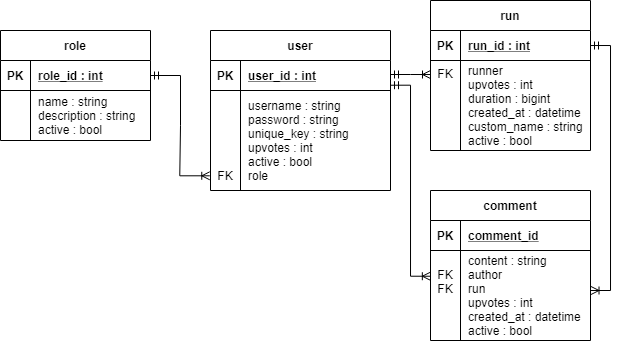
Earlier version of the draw.io export Sprint 5/Diagrams/PlatformSpeedRunnerDatabaseDiagram(v2).png (Thomas-Molen/S2CMKThomasvanderMolen). Source tidied: cells renumbered, new cells last; positions are measured from the earlier drawing's top-left corner, leaving out a move shared by most shapes. Its diagram source:
```xml
<mxGraphModel>
  <root>
    <mxCell id="0" />
    <mxCell id="1" parent="0" />
    <mxCell id="2" style="edgeStyle=entityRelationEdgeStyle;endArrow=ERoneToMany;startArrow=ERmandOne;endFill=0;startFill=0;entryX=-0.004;entryY=0.853;entryDx=0;entryDy=0;exitX=1;exitY=0.5;exitDx=0;exitDy=0;rounded=0;entryPerimeter=0;" parent="1" edge="1" source="18" target="7">
      <mxGeometry relative="1" as="geometry" />
    </mxCell>
    <mxCell id="3" value="user" style="shape=table;startSize=30;rowLines=0;fontStyle=1;align=center;" parent="1" vertex="1">
      <mxGeometry x="210" y="30" width="180" height="160" as="geometry" />
    </mxCell>
    <mxCell id="4" style="shape=partialRectangle;fillColor=none;points=[[0,0.5],[1,0.5]];portConstraint=eastwest;top=0;left=0;right=0;bottom=1;" parent="3" vertex="1">
      <mxGeometry y="30" width="180" height="30" as="geometry" />
    </mxCell>
    <mxCell id="5" value="PK" style="shape=partialRectangle;overflow=hidden;fillColor=none;top=0;left=0;bottom=0;right=0;fontStyle=1;" parent="4" vertex="1">
      <mxGeometry width="30" height="30" as="geometry" />
    </mxCell>
    <mxCell id="6" value="user_id : int" style="shape=partialRectangle;overflow=hidden;fillColor=none;top=0;left=0;bottom=0;right=0;align=left;spacingLeft=6;fontStyle=5;" parent="4" vertex="1">
      <mxGeometry x="30" width="150" height="30" as="geometry" />
    </mxCell>
    <mxCell id="7" style="shape=partialRectangle;fillColor=none;points=[[0,0.5],[1,0.5]];portConstraint=eastwest;top=0;left=0;right=0;bottom=0;" parent="3" vertex="1">
      <mxGeometry y="60" width="180" height="100" as="geometry" />
    </mxCell>
    <mxCell id="8" value="&#10;&#10;&#10;&#10;&#10;FK" style="shape=partialRectangle;overflow=hidden;fillColor=none;top=0;left=0;bottom=0;right=0;" parent="7" vertex="1">
      <mxGeometry width="30" height="100" as="geometry" />
    </mxCell>
    <mxCell id="9" value="username : string&#10;password : string&#10;unique_key : string&#10;upvotes : int&#10;active : bool&#10;role" style="shape=partialRectangle;overflow=hidden;fillColor=none;top=0;left=0;bottom=0;right=0;align=left;spacingLeft=6;" parent="7" vertex="1">
      <mxGeometry x="30" width="150" height="100" as="geometry" />
    </mxCell>
    <mxCell id="10" value="run" style="shape=table;startSize=30;rowLines=0;fontStyle=1;align=center;" parent="1" vertex="1">
      <mxGeometry x="430" width="160" height="150" as="geometry" />
    </mxCell>
    <mxCell id="11" style="shape=partialRectangle;fillColor=none;points=[[0,0.5],[1,0.5]];portConstraint=eastwest;top=0;left=0;right=0;bottom=1;" parent="10" vertex="1">
      <mxGeometry y="30" width="160" height="30" as="geometry" />
    </mxCell>
    <mxCell id="12" value="PK" style="shape=partialRectangle;overflow=hidden;fillColor=none;top=0;left=0;bottom=0;right=0;fontStyle=1;" parent="11" vertex="1">
      <mxGeometry width="30" height="30" as="geometry" />
    </mxCell>
    <mxCell id="13" value="run_id : int" style="shape=partialRectangle;overflow=hidden;fillColor=none;top=0;left=0;bottom=0;right=0;align=left;spacingLeft=6;fontStyle=5;" parent="11" vertex="1">
      <mxGeometry x="30" width="130" height="30" as="geometry" />
    </mxCell>
    <mxCell id="14" style="shape=partialRectangle;fillColor=none;points=[[0,0.5],[1,0.5]];portConstraint=eastwest;top=0;left=0;right=0;bottom=0;" parent="10" vertex="1">
      <mxGeometry y="60" width="160" height="90" as="geometry" />
    </mxCell>
    <mxCell id="15" value="FK" style="shape=partialRectangle;overflow=hidden;fillColor=none;top=0;left=0;bottom=0;right=0;verticalAlign=top;" parent="14" vertex="1">
      <mxGeometry width="30" height="90" as="geometry" />
    </mxCell>
    <mxCell id="16" value="runner&#10;upvotes : int&#10;duration : bigint&#10;created_at : datetime&#10;custom_name : string&#10;active : bool" style="shape=partialRectangle;overflow=hidden;fillColor=none;top=0;left=0;bottom=0;right=0;align=left;spacingLeft=6;" parent="14" vertex="1">
      <mxGeometry x="30" width="130" height="90" as="geometry" />
    </mxCell>
    <mxCell id="17" value="role" style="shape=table;startSize=30;rowLines=0;fontStyle=1;align=center;" parent="1" vertex="1">
      <mxGeometry y="30" width="150" height="110" as="geometry" />
    </mxCell>
    <mxCell id="18" style="shape=partialRectangle;fillColor=none;points=[[0,0.5],[1,0.5]];portConstraint=eastwest;top=0;left=0;right=0;bottom=1;" parent="17" vertex="1">
      <mxGeometry y="30" width="150" height="30" as="geometry" />
    </mxCell>
    <mxCell id="19" value="PK" style="shape=partialRectangle;overflow=hidden;fillColor=none;top=0;left=0;bottom=0;right=0;fontStyle=1;" parent="18" vertex="1">
      <mxGeometry width="30" height="30" as="geometry" />
    </mxCell>
    <mxCell id="20" value="role_id : int" style="shape=partialRectangle;overflow=hidden;fillColor=none;top=0;left=0;bottom=0;right=0;align=left;spacingLeft=6;fontStyle=5;" parent="18" vertex="1">
      <mxGeometry x="30" width="120" height="30" as="geometry" />
    </mxCell>
    <mxCell id="21" style="shape=partialRectangle;fillColor=none;top=0;left=0;right=0;bottom=0;" parent="17" vertex="1">
      <mxGeometry y="60" width="150" height="50" as="geometry" />
    </mxCell>
    <mxCell id="22" style="shape=partialRectangle;overflow=hidden;fillColor=none;top=0;left=0;bottom=0;right=0;fontStyle=1;" parent="21" vertex="1">
      <mxGeometry width="30" height="50" as="geometry" />
    </mxCell>
    <mxCell id="23" value="name : string&#10;description : string&#10;active : bool" style="shape=partialRectangle;overflow=hidden;fillColor=none;top=0;left=0;bottom=0;right=0;align=left;spacingLeft=6;" parent="21" vertex="1">
      <mxGeometry x="30" width="120" height="50" as="geometry" />
    </mxCell>
    <mxCell id="24" value="comment" style="shape=table;startSize=30;rowLines=0;fontStyle=1;align=center;" parent="1" vertex="1">
      <mxGeometry x="430" y="190" width="160" height="150" as="geometry" />
    </mxCell>
    <mxCell id="25" style="shape=partialRectangle;fillColor=none;top=0;left=0;right=0;bottom=1;" parent="24" vertex="1">
      <mxGeometry y="30" width="160" height="30" as="geometry" />
    </mxCell>
    <mxCell id="26" value="PK" style="shape=partialRectangle;overflow=hidden;fillColor=none;top=0;left=0;bottom=0;right=0;fontStyle=1;" parent="25" vertex="1">
      <mxGeometry width="30" height="30" as="geometry" />
    </mxCell>
    <mxCell id="27" value="comment_id" style="shape=partialRectangle;overflow=hidden;fillColor=none;top=0;left=0;bottom=0;right=0;align=left;spacingLeft=6;fontStyle=5;" parent="25" vertex="1">
      <mxGeometry x="30" width="130" height="30" as="geometry" />
    </mxCell>
    <mxCell id="28" style="shape=partialRectangle;fillColor=none;points=[[0,0.5],[1,0.5]];portConstraint=eastwest;top=0;left=0;right=0;bottom=0;" parent="24" vertex="1">
      <mxGeometry y="60" width="160" height="90" as="geometry" />
    </mxCell>
    <mxCell id="29" value="FK&#10;FK&#10;&#10;" style="shape=partialRectangle;overflow=hidden;fillColor=none;top=0;left=0;bottom=0;right=0;" parent="28" vertex="1">
      <mxGeometry width="30" height="90" as="geometry" />
    </mxCell>
    <mxCell id="30" value="content : string&#10;author&#10;run&#10;upvotes : int&#10;created_at : datetime&#10;active : bool" style="shape=partialRectangle;overflow=hidden;fillColor=none;top=0;left=0;bottom=0;right=0;align=left;spacingLeft=6;" parent="28" vertex="1">
      <mxGeometry x="30" width="130" height="90" as="geometry" />
    </mxCell>
    <mxCell id="31" style="edgeStyle=orthogonalEdgeStyle;rounded=0;jettySize=auto;html=1;entryX=0;entryY=0.156;entryDx=0;entryDy=0;startArrow=ERmandOne;startFill=0;endArrow=ERoneToMany;endFill=0;entryPerimeter=0;" parent="1" edge="1" source="4" target="14">
      <mxGeometry relative="1" as="geometry">
        <Array as="points">
          <mxPoint x="410" y="74" />
          <mxPoint x="410" y="74" />
        </Array>
      </mxGeometry>
    </mxCell>
    <mxCell id="32" style="edgeStyle=orthogonalEdgeStyle;rounded=0;jettySize=auto;html=1;startArrow=ERmandOne;startFill=0;endArrow=ERoneToMany;endFill=0;targetPerimeterSpacing=0;entryX=1.003;entryY=0.447;entryDx=0;entryDy=0;entryPerimeter=0;" parent="1" edge="1" source="11" target="28">
      <mxGeometry relative="1" as="geometry">
        <Array as="points">
          <mxPoint x="610" y="45" />
          <mxPoint x="610" y="290" />
          <mxPoint x="591" y="290" />
        </Array>
      </mxGeometry>
    </mxCell>
    <mxCell id="33" style="edgeStyle=orthogonalEdgeStyle;rounded=0;jettySize=auto;html=1;entryX=1;entryY=0.824;entryDx=0;entryDy=0;entryPerimeter=0;startArrow=ERoneToMany;startFill=0;endArrow=ERmandOne;endFill=0;exitX=-0.001;exitY=0.286;exitDx=0;exitDy=0;exitPerimeter=0;" parent="1" edge="1" source="28" target="4">
      <mxGeometry relative="1" as="geometry">
        <Array as="points">
          <mxPoint x="410" y="276" />
          <mxPoint x="410" y="85" />
        </Array>
      </mxGeometry>
    </mxCell>
  </root>
</mxGraphModel>
```
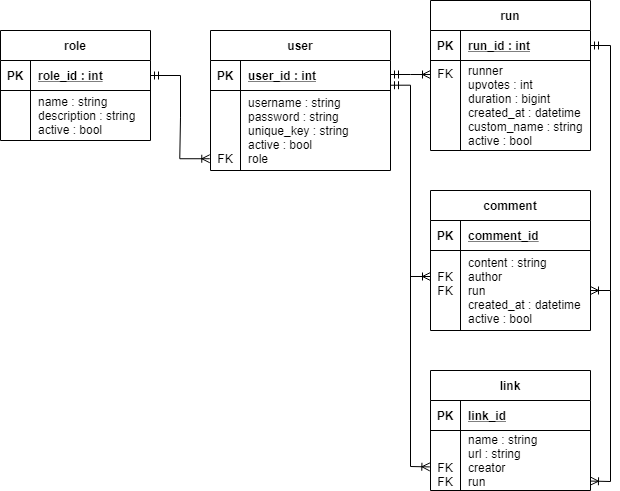
After the commit.

The edit, as a diff of the source:
```diff
@@ -6,7 +6,7 @@
       <mxGeometry relative="1" as="geometry" />
     </mxCell>
     <mxCell id="3" value="user" style="shape=table;startSize=30;rowLines=0;fontStyle=1;align=center;" parent="1" vertex="1">
-      <mxGeometry x="210" y="30" width="180" height="160" as="geometry" />
+      <mxGeometry x="210" y="30" width="180" height="140" as="geometry" />
     </mxCell>
     <mxCell id="4" style="shape=partialRectangle;fillColor=none;points=[[0,0.5],[1,0.5]];portConstraint=eastwest;top=0;left=0;right=0;bottom=1;" parent="3" vertex="1">
       <mxGeometry y="30" width="180" height="30" as="geometry" />
@@ -18,13 +18,13 @@
       <mxGeometry x="30" width="150" height="30" as="geometry" />
     </mxCell>
     <mxCell id="7" style="shape=partialRectangle;fillColor=none;points=[[0,0.5],[1,0.5]];portConstraint=eastwest;top=0;left=0;right=0;bottom=0;" parent="3" vertex="1">
-      <mxGeometry y="60" width="180" height="100" as="geometry" />
+      <mxGeometry y="60" width="180" height="80" as="geometry" />
     </mxCell>
-    <mxCell id="8" value="&#10;&#10;&#10;&#10;&#10;FK" style="shape=partialRectangle;overflow=hidden;fillColor=none;top=0;left=0;bottom=0;right=0;" parent="7" vertex="1">
-      <mxGeometry width="30" height="100" as="geometry" />
+    <mxCell id="8" value="&#10;&#10;&#10;&#10;FK" style="shape=partialRectangle;overflow=hidden;fillColor=none;top=0;left=0;bottom=0;right=0;" parent="7" vertex="1">
+      <mxGeometry width="30" height="80" as="geometry" />
     </mxCell>
-    <mxCell id="9" value="username : string&#10;password : string&#10;unique_key : string&#10;upvotes : int&#10;active : bool&#10;role" style="shape=partialRectangle;overflow=hidden;fillColor=none;top=0;left=0;bottom=0;right=0;align=left;spacingLeft=6;" parent="7" vertex="1">
-      <mxGeometry x="30" width="150" height="100" as="geometry" />
+    <mxCell id="9" value="username : string&#10;password : string&#10;unique_key : string&#10;active : bool&#10;role" style="shape=partialRectangle;overflow=hidden;fillColor=none;top=0;left=0;bottom=0;right=0;align=left;spacingLeft=6;" parent="7" vertex="1">
+      <mxGeometry x="30" width="150" height="80" as="geometry" />
     </mxCell>
     <mxCell id="10" value="run" style="shape=table;startSize=30;rowLines=0;fontStyle=1;align=center;" parent="1" vertex="1">
       <mxGeometry x="430" width="160" height="150" as="geometry" />
@@ -69,7 +69,7 @@
       <mxGeometry x="30" width="120" height="50" as="geometry" />
     </mxCell>
     <mxCell id="24" value="comment" style="shape=table;startSize=30;rowLines=0;fontStyle=1;align=center;" parent="1" vertex="1">
-      <mxGeometry x="430" y="190" width="160" height="150" as="geometry" />
+      <mxGeometry x="430" y="190" width="160" height="140" as="geometry" />
     </mxCell>
     <mxCell id="25" style="shape=partialRectangle;fillColor=none;top=0;left=0;right=0;bottom=1;" parent="24" vertex="1">
       <mxGeometry y="30" width="160" height="30" as="geometry" />
@@ -81,13 +81,13 @@
       <mxGeometry x="30" width="130" height="30" as="geometry" />
     </mxCell>
     <mxCell id="28" style="shape=partialRectangle;fillColor=none;points=[[0,0.5],[1,0.5]];portConstraint=eastwest;top=0;left=0;right=0;bottom=0;" parent="24" vertex="1">
-      <mxGeometry y="60" width="160" height="90" as="geometry" />
+      <mxGeometry y="60" width="160" height="80" as="geometry" />
     </mxCell>
-    <mxCell id="29" value="FK&#10;FK&#10;&#10;" style="shape=partialRectangle;overflow=hidden;fillColor=none;top=0;left=0;bottom=0;right=0;" parent="28" vertex="1">
-      <mxGeometry width="30" height="90" as="geometry" />
+    <mxCell id="29" value="FK&#10;FK&#10;" style="shape=partialRectangle;overflow=hidden;fillColor=none;top=0;left=0;bottom=0;right=0;" parent="28" vertex="1">
+      <mxGeometry width="30" height="80" as="geometry" />
     </mxCell>
-    <mxCell id="30" value="content : string&#10;author&#10;run&#10;upvotes : int&#10;created_at : datetime&#10;active : bool" style="shape=partialRectangle;overflow=hidden;fillColor=none;top=0;left=0;bottom=0;right=0;align=left;spacingLeft=6;" parent="28" vertex="1">
-      <mxGeometry x="30" width="130" height="90" as="geometry" />
+    <mxCell id="30" value="content : string&#10;author&#10;run&#10;created_at : datetime&#10;active : bool" style="shape=partialRectangle;overflow=hidden;fillColor=none;top=0;left=0;bottom=0;right=0;align=left;spacingLeft=6;" parent="28" vertex="1">
+      <mxGeometry x="30" width="130" height="80" as="geometry" />
     </mxCell>
     <mxCell id="31" style="edgeStyle=orthogonalEdgeStyle;rounded=0;jettySize=auto;html=1;entryX=0;entryY=0.156;entryDx=0;entryDy=0;startArrow=ERmandOne;startFill=0;endArrow=ERoneToMany;endFill=0;entryPerimeter=0;" parent="1" edge="1" source="4" target="14">
       <mxGeometry relative="1" as="geometry">
@@ -97,22 +97,60 @@
         </Array>
       </mxGeometry>
     </mxCell>
-    <mxCell id="32" style="edgeStyle=orthogonalEdgeStyle;rounded=0;jettySize=auto;html=1;startArrow=ERmandOne;startFill=0;endArrow=ERoneToMany;endFill=0;targetPerimeterSpacing=0;entryX=1.003;entryY=0.447;entryDx=0;entryDy=0;entryPerimeter=0;" parent="1" edge="1" source="11" target="28">
+    <mxCell id="32" style="edgeStyle=orthogonalEdgeStyle;rounded=0;jettySize=auto;html=1;startArrow=ERmandOne;startFill=0;endArrow=ERoneToMany;endFill=0;targetPerimeterSpacing=0;entryX=1;entryY=0.5;entryDx=0;entryDy=0;" parent="1" edge="1" source="11" target="28">
       <mxGeometry relative="1" as="geometry">
         <Array as="points">
           <mxPoint x="610" y="45" />
           <mxPoint x="610" y="290" />
-          <mxPoint x="591" y="290" />
         </Array>
       </mxGeometry>
     </mxCell>
-    <mxCell id="33" style="edgeStyle=orthogonalEdgeStyle;rounded=0;jettySize=auto;html=1;entryX=1;entryY=0.824;entryDx=0;entryDy=0;entryPerimeter=0;startArrow=ERoneToMany;startFill=0;endArrow=ERmandOne;endFill=0;exitX=-0.001;exitY=0.286;exitDx=0;exitDy=0;exitPerimeter=0;" parent="1" edge="1" source="28" target="4">
+    <mxCell id="33" style="edgeStyle=orthogonalEdgeStyle;rounded=0;jettySize=auto;html=1;entryX=1;entryY=0.824;entryDx=0;entryDy=0;entryPerimeter=0;startArrow=ERoneToMany;startFill=0;endArrow=ERmandOne;endFill=0;" parent="1" edge="1" target="4">
       <mxGeometry relative="1" as="geometry">
+        <mxPoint x="430" y="276" as="sourcePoint" />
         <Array as="points">
+          <mxPoint x="430" y="276" />
           <mxPoint x="410" y="276" />
           <mxPoint x="410" y="85" />
         </Array>
       </mxGeometry>
     </mxCell>
+    <mxCell id="34" value="link" style="shape=table;startSize=30;rowLines=0;fontStyle=1;align=center;" parent="1" vertex="1">
+      <mxGeometry x="430" y="370" width="160" height="120" as="geometry" />
+    </mxCell>
+    <mxCell id="35" style="shape=partialRectangle;fillColor=none;top=0;left=0;right=0;bottom=1;" parent="34" vertex="1">
+      <mxGeometry y="30" width="160" height="30" as="geometry" />
+    </mxCell>
+    <mxCell id="36" value="PK" style="shape=partialRectangle;overflow=hidden;fillColor=none;top=0;left=0;bottom=0;right=0;fontStyle=1;" parent="35" vertex="1">
+      <mxGeometry width="30" height="30" as="geometry" />
+    </mxCell>
+    <mxCell id="37" value="link_id" style="shape=partialRectangle;overflow=hidden;fillColor=none;top=0;left=0;bottom=0;right=0;align=left;spacingLeft=6;fontStyle=5;" parent="35" vertex="1">
+      <mxGeometry x="30" width="130" height="30" as="geometry" />
+    </mxCell>
+    <mxCell id="38" style="shape=partialRectangle;fillColor=none;points=[[0,0.5],[1,0.5]];portConstraint=eastwest;top=0;left=0;right=0;bottom=0;" parent="34" vertex="1">
+      <mxGeometry y="60" width="160" height="60" as="geometry" />
+    </mxCell>
+    <mxCell id="39" value="&#10;&#10;FK&#10;FK" style="shape=partialRectangle;overflow=hidden;fillColor=none;top=0;left=0;bottom=0;right=0;" parent="38" vertex="1">
+      <mxGeometry width="30" height="60" as="geometry" />
+    </mxCell>
+    <mxCell id="40" value="name : string&#10;url : string&#10;creator&#10;run" style="shape=partialRectangle;overflow=hidden;fillColor=none;top=0;left=0;bottom=0;right=0;align=left;spacingLeft=6;" parent="38" vertex="1">
+      <mxGeometry x="30" width="130" height="60" as="geometry" />
+    </mxCell>
+    <mxCell id="41" style="endArrow=none;html=1;exitX=1;exitY=0.843;exitDx=0;exitDy=0;exitPerimeter=0;rounded=0;startArrow=ERoneToMany;startFill=0;" parent="1" edge="1" source="38">
+      <mxGeometry relative="1" as="geometry">
+        <mxPoint x="610" y="290" as="targetPoint" />
+        <Array as="points">
+          <mxPoint x="610" y="481" />
+        </Array>
+      </mxGeometry>
+    </mxCell>
+    <mxCell id="42" style="endArrow=none;html=1;exitX=-0.004;exitY=0.607;exitDx=0;exitDy=0;rounded=0;startArrow=ERoneToMany;startFill=0;exitPerimeter=0;" parent="1" edge="1" source="38">
+      <mxGeometry relative="1" as="geometry">
+        <mxPoint x="410" y="275" as="targetPoint" />
+        <Array as="points">
+          <mxPoint x="410" y="466" />
+        </Array>
+      </mxGeometry>
+    </mxCell>
   </root>
 </mxGraphModel>
```
